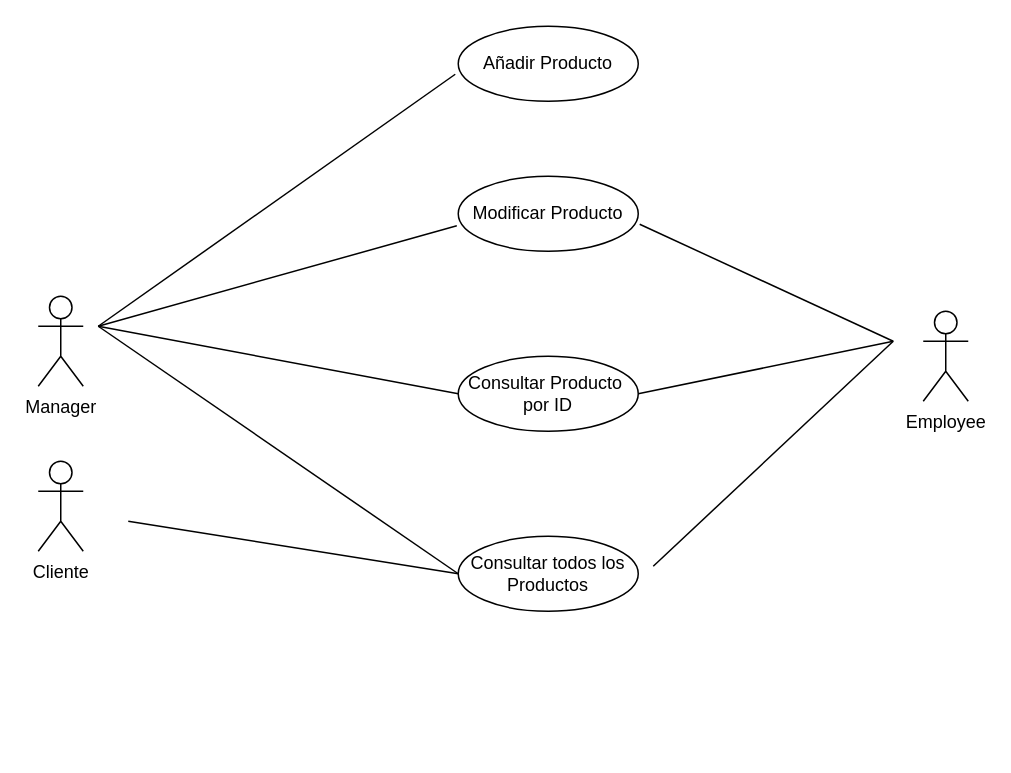
This is Documentación/Diagrama de casos de uso Azahara/Caso de uso relacionado con Productos.drawio from idanirf/GADAM, a draw.io file, before an edit. Source tidied: cells renumbered, new cells numbered last; positions are measured from the earlier drawing's top-left corner, leaving out a move shared by most shapes. Both pictures are drawn from the tidied source at 150%, with x=0, y=0 at pixel (38, 26).
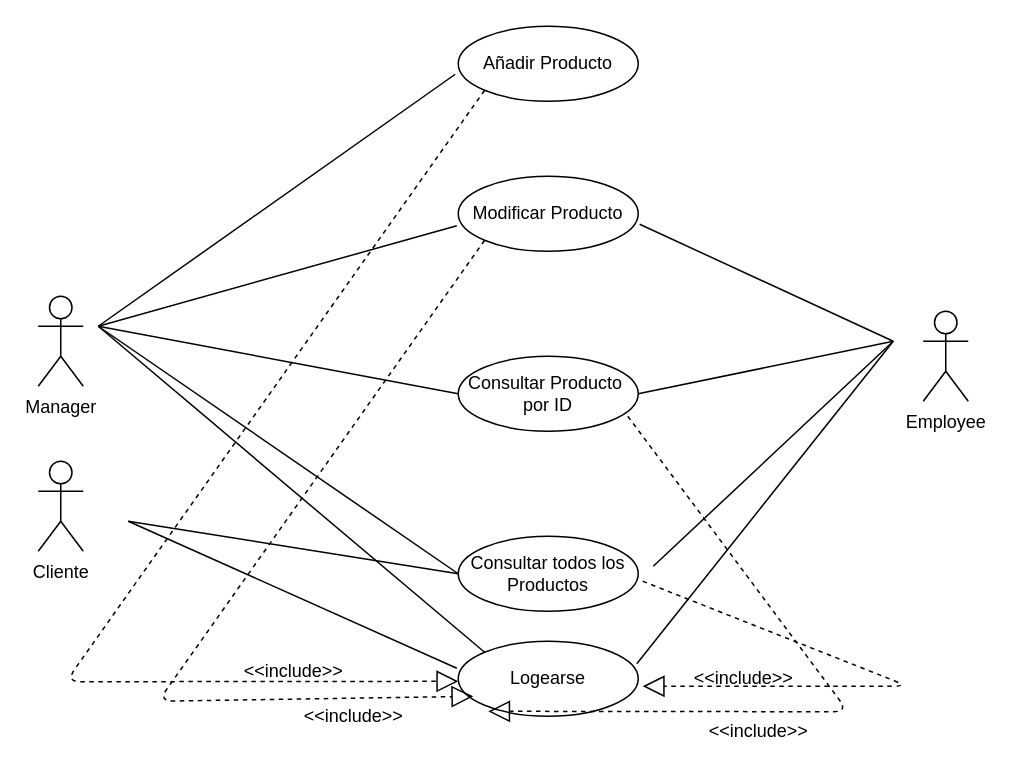
The same diagram, later.

The change refers to these unchanged cells:
```xml
<mxCell id="2" value="Añadir Producto" style="ellipse;whiteSpace=wrap;html=1;" parent="1" vertex="1">
  <mxGeometry x="280" width="120" height="50" as="geometry" />
</mxCell>
<mxCell id="3" value="Modificar Producto" style="ellipse;whiteSpace=wrap;html=1;" parent="1" vertex="1">
  <mxGeometry x="280" y="100" width="120" height="50" as="geometry" />
</mxCell>
<mxCell id="4" value="Consultar Producto&amp;nbsp; por ID" style="ellipse;whiteSpace=wrap;html=1;" parent="1" vertex="1">
  <mxGeometry x="280" y="220" width="120" height="50" as="geometry" />
</mxCell>
```

The edit, as a diff of the source:
```diff
@@
+    <mxCell id="17" style="endArrow=block;dashed=1;endFill=0;endSize=12;html=1;entryX=0;entryY=1;entryDx=0;entryDy=0;exitX=0;exitY=1;exitDx=0;exitDy=0;" parent="1" edge="1" source="2">
+      <mxGeometry relative="1" as="geometry">
+        <mxPoint x="280" y="436.7" as="targetPoint" />
+        <Array as="points">
+          <mxPoint x="18.4" y="437" />
+        </Array>
+      </mxGeometry>
+    </mxCell>
+    <mxCell id="18" value="Logearse" style="ellipse;whiteSpace=wrap;html=1;" parent="1" vertex="1">
+      <mxGeometry x="280" y="410" width="120" height="50" as="geometry" />
+    </mxCell>
+    <mxCell id="19" style="endArrow=none;html=1;exitX=0.992;exitY=0.3;exitDx=0;exitDy=0;exitPerimeter=0;" parent="1" edge="1" source="18">
+      <mxGeometry relative="1" as="geometry">
+        <mxPoint x="570" y="210" as="targetPoint" />
+      </mxGeometry>
+    </mxCell>
+    <mxCell id="20" style="endArrow=none;html=1;entryX=-0.008;entryY=0.36;entryDx=0;entryDy=0;entryPerimeter=0;" parent="1" edge="1" target="18">
+      <mxGeometry relative="1" as="geometry">
+        <mxPoint x="60" y="330" as="sourcePoint" />
+      </mxGeometry>
+    </mxCell>
+    <mxCell id="21" style="endArrow=none;html=1;exitX=0;exitY=0;exitDx=0;exitDy=0;" parent="1" edge="1" source="18">
+      <mxGeometry relative="1" as="geometry">
+        <mxPoint x="40" y="200" as="targetPoint" />
+      </mxGeometry>
+    </mxCell>
+    <mxCell id="22" style="endArrow=block;dashed=1;endFill=0;endSize=12;html=1;entryX=0;entryY=1;entryDx=0;entryDy=0;exitX=0;exitY=1;exitDx=0;exitDy=0;" parent="1" edge="1" source="3">
+      <mxGeometry relative="1" as="geometry">
+        <mxPoint x="290" y="446.7" as="targetPoint" />
+        <Array as="points">
+          <mxPoint x="80" y="450" />
+        </Array>
+      </mxGeometry>
+    </mxCell>
+    <mxCell id="23" style="endArrow=block;dashed=1;endFill=0;endSize=12;html=1;entryX=0;entryY=1;entryDx=0;entryDy=0;exitX=0.942;exitY=0.8;exitDx=0;exitDy=0;exitPerimeter=0;" parent="1" edge="1" source="4">
+      <mxGeometry relative="1" as="geometry">
+        <mxPoint x="300" y="456.7" as="targetPoint" />
+        <Array as="points">
+          <mxPoint x="540" y="457" />
+        </Array>
+      </mxGeometry>
+    </mxCell>
+    <mxCell id="24" style="endArrow=block;dashed=1;endFill=0;endSize=12;html=1;" parent="1" edge="1">
+      <mxGeometry relative="1" as="geometry">
+        <mxPoint x="403" y="370" as="sourcePoint" />
+        <mxPoint x="403" y="440" as="targetPoint" />
+        <Array as="points">
+          <mxPoint x="580" y="440" />
+        </Array>
+      </mxGeometry>
+    </mxCell>
+    <mxCell id="25" value="&amp;lt;&amp;lt;include&amp;gt;&amp;gt;" style="text;html=1;align=center;verticalAlign=middle;strokeColor=none;fillColor=none;" parent="1" vertex="1">
+      <mxGeometry x="440" y="460" width="80" height="20" as="geometry" />
+    </mxCell>
+    <mxCell id="26" value="&amp;lt;&amp;lt;include&amp;gt;&amp;gt;" style="text;html=1;align=center;verticalAlign=middle;strokeColor=none;fillColor=none;" parent="1" vertex="1">
+      <mxGeometry x="430" y="425" width="80" height="20" as="geometry" />
+    </mxCell>
+    <mxCell id="27" value="&amp;lt;&amp;lt;include&amp;gt;&amp;gt;" style="text;html=1;align=center;verticalAlign=middle;strokeColor=none;fillColor=none;" parent="1" vertex="1">
+      <mxGeometry x="130" y="420" width="80" height="20" as="geometry" />
+    </mxCell>
+    <mxCell id="28" value="&amp;lt;&amp;lt;include&amp;gt;&amp;gt;" style="text;html=1;align=center;verticalAlign=middle;strokeColor=none;fillColor=none;" parent="1" vertex="1">
+      <mxGeometry x="170" y="450" width="80" height="20" as="geometry" />
+    </mxCell>
```
